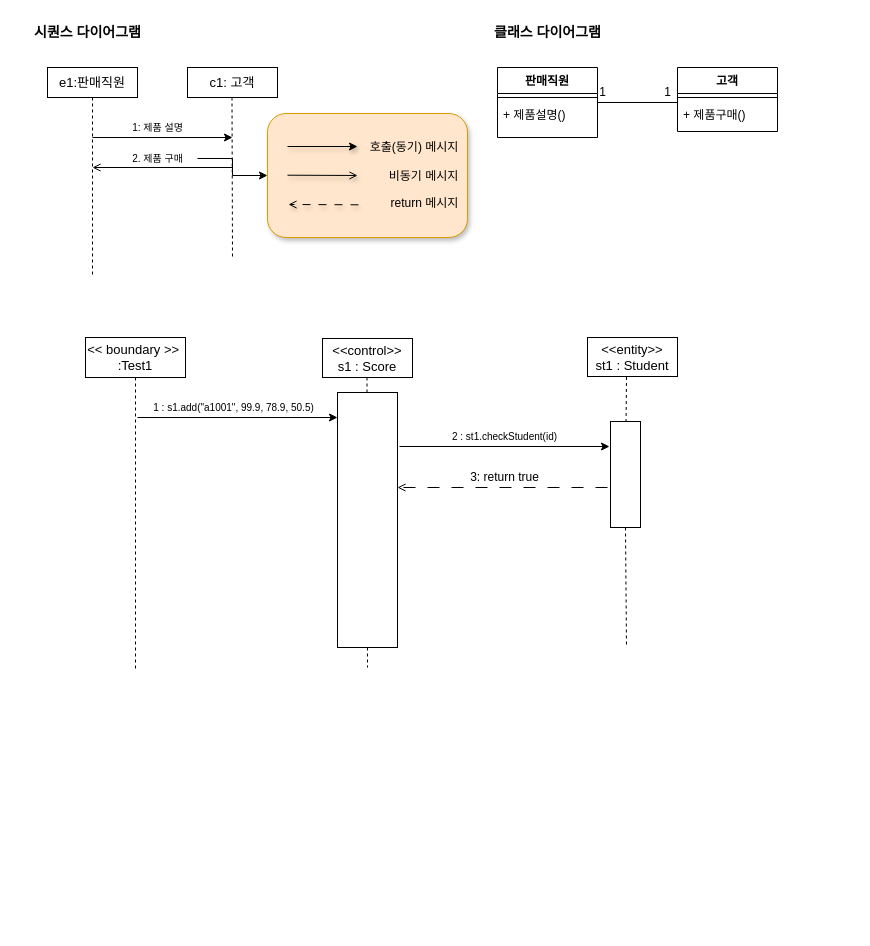
Above: 202110594_4.drawio in nalynn0517/UML (draw.io), before the change. Source tidied: cells renumbered, new cells numbered last; positions are measured from the earlier drawing's top-left corner, leaving out a move shared by most shapes. Both pictures are drawn from the tidied source at 100%, with x=0, y=0 at pixel (17, 17).
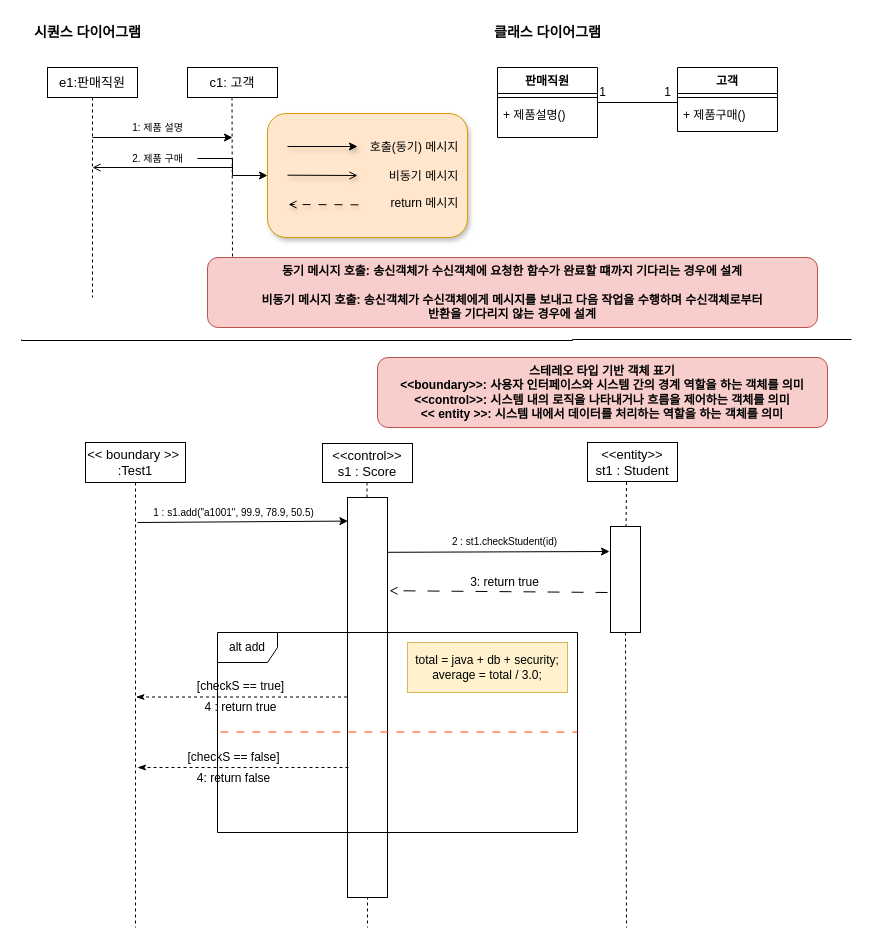
The same page after the edit.

The change refers to these unchanged cells:
```xml
<mxCell id="4" value="e1:판매직원" style="html=1;whiteSpace=wrap;fontSize=13;" parent="1" vertex="1">
  <mxGeometry x="30" y="50" width="90" height="30" as="geometry" />
</mxCell>
```

The edit, as a diff of the source:
```diff
@@
     <mxCell id="6" style="edgeStyle=none;jettySize=auto;html=1;rounded=0;exitX=0.5;exitY=1;exitDx=0;exitDy=0;endArrow=none;endFill=0;dashed=1;" parent="1" edge="1" source="4">
       <mxGeometry relative="1" as="geometry">
-        <mxPoint x="75" y="260" as="targetPoint" />
+        <mxPoint x="75" y="280" as="targetPoint" />
       </mxGeometry>
     </mxCell>
@@
     <mxCell id="26" value="&amp;lt;&amp;lt; boundary &amp;gt;&amp;gt;&amp;nbsp;&lt;div&gt;:Test1&lt;/div&gt;" style="html=1;whiteSpace=wrap;fontSize=13;" parent="1" vertex="1">
-      <mxGeometry x="68" y="320" width="100" height="40" as="geometry" />
+      <mxGeometry x="68" y="425" width="100" height="40" as="geometry" />
     </mxCell>
     <mxCell id="27" value="&amp;lt;&amp;lt;control&amp;gt;&amp;gt;&lt;div&gt;s1 : Score&lt;/div&gt;" style="html=1;whiteSpace=wrap;fontSize=13;" parent="1" vertex="1">
-      <mxGeometry x="305" y="321" width="90" height="39" as="geometry" />
+      <mxGeometry x="305" y="426" width="90" height="39" as="geometry" />
     </mxCell>
     <mxCell id="28" style="edgeStyle=none;jettySize=auto;html=1;rounded=0;exitX=0.5;exitY=1;exitDx=0;exitDy=0;endArrow=none;endFill=0;dashed=1;" parent="1" edge="1" source="26">
       <mxGeometry relative="1" as="geometry">
-        <mxPoint x="118" y="651.6" as="targetPoint" />
+        <mxPoint x="118" y="910" as="targetPoint" />
       </mxGeometry>
     </mxCell>
     <mxCell id="29" style="edgeStyle=none;orthogonalLoop=1;jettySize=auto;html=1;rounded=0;exitX=0.5;exitY=1;exitDx=0;exitDy=0;endArrow=none;endFill=0;dashed=1;" parent="1" edge="1">
       <mxGeometry relative="1" as="geometry">
-        <mxPoint x="349.5" y="360" as="sourcePoint" />
-        <mxPoint x="350" y="650" as="targetPoint" />
+        <mxPoint x="349.5" y="465" as="sourcePoint" />
+        <mxPoint x="350" y="910" as="targetPoint" />
       </mxGeometry>
     </mxCell>
-    <mxCell id="30" style="edgeStyle=none;orthogonalLoop=1;jettySize=auto;html=1;rounded=0;endArrow=classic;endFill=1;" parent="1" edge="1">
+    <mxCell id="30" style="edgeStyle=none;jettySize=auto;html=1;rounded=0;endArrow=classic;endFill=1;entryX=0.01;entryY=0.059;entryDx=0;entryDy=0;entryPerimeter=0;" parent="1" edge="1" target="34">
       <mxGeometry relative="1" as="geometry">
-        <mxPoint x="120" y="400" as="sourcePoint" />
-        <mxPoint x="320" y="400" as="targetPoint" />
+        <mxPoint x="120" y="505" as="sourcePoint" />
       </mxGeometry>
     </mxCell>
     <mxCell id="31" value="&lt;font style=&quot;font-size: 10px;&quot;&gt;1 : s1.add(&quot;a1001&quot;, 99.9, 78.9, 50.5)&lt;/font&gt;" style="text;html=1;align=center;verticalAlign=middle;strokeColor=none;fillColor=none;" parent="1" vertex="1">
-      <mxGeometry x="126" y="375" width="180" height="30" as="geometry" />
+      <mxGeometry x="126" y="480" width="180" height="30" as="geometry" />
     </mxCell>
     <mxCell id="32" value="&amp;lt;&amp;lt;entity&amp;gt;&amp;gt;&lt;div&gt;st1 : Student&lt;/div&gt;" style="html=1;whiteSpace=wrap;fontSize=13;" parent="1" vertex="1">
-      <mxGeometry x="570" y="320" width="90" height="39" as="geometry" />
+      <mxGeometry x="570" y="425" width="90" height="39" as="geometry" />
     </mxCell>
     <mxCell id="33" style="edgeStyle=none;jettySize=auto;html=1;rounded=0;exitX=0.5;exitY=1;exitDx=0;exitDy=0;endArrow=none;endFill=0;dashed=1;" parent="1" edge="1" source="38">
       <mxGeometry relative="1" as="geometry">
-        <mxPoint x="609" y="630" as="targetPoint" />
+        <mxPoint x="609" y="910" as="targetPoint" />
       </mxGeometry>
     </mxCell>
     <mxCell id="34" style="whiteSpace=wrap;html=1;" parent="1" vertex="1">
-      <mxGeometry x="320" y="375" width="60" height="255" as="geometry" />
+      <mxGeometry x="330" y="480" width="40" height="400" as="geometry" />
     </mxCell>
-    <mxCell id="35" style="edgeStyle=none;orthogonalLoop=1;jettySize=auto;html=1;rounded=0;endArrow=classic;endFill=1;" parent="1" edge="1">
+    <mxCell id="35" style="edgeStyle=none;jettySize=auto;html=1;rounded=0;endArrow=classic;endFill=1;exitX=1.01;exitY=0.137;exitDx=0;exitDy=0;exitPerimeter=0;" parent="1" edge="1" source="34">
       <mxGeometry relative="1" as="geometry">
-        <mxPoint x="382" y="429" as="sourcePoint" />
-        <mxPoint x="592" y="429" as="targetPoint" />
+        <mxPoint x="592" y="534" as="targetPoint" />
       </mxGeometry>
     </mxCell>
     <mxCell id="36" value="&lt;font style=&quot;font-size: 10px;&quot;&gt;2 : st1.checkStudent(id)&lt;/font&gt;" style="text;html=1;align=center;verticalAlign=middle;strokeColor=none;fillColor=none;" parent="1" vertex="1">
-      <mxGeometry x="422" y="404" width="130" height="30" as="geometry" />
+      <mxGeometry x="422" y="509" width="130" height="30" as="geometry" />
     </mxCell>
     <mxCell id="37" style="edgeStyle=none;jettySize=auto;html=1;rounded=0;exitX=0.5;exitY=1;exitDx=0;exitDy=0;endArrow=none;endFill=0;dashed=1;" parent="1" edge="1" target="38">
       <mxGeometry relative="1" as="geometry">
-        <mxPoint x="609" y="359.5" as="sourcePoint" />
+        <mxPoint x="609" y="464.5" as="sourcePoint" />
       </mxGeometry>
     </mxCell>
     <mxCell id="38" style="whiteSpace=wrap;html=1;" parent="1" vertex="1">
-      <mxGeometry x="593" y="404" width="30" height="106" as="geometry" />
+      <mxGeometry x="593" y="509" width="30" height="106" as="geometry" />
     </mxCell>
-    <mxCell id="39" style="edgeStyle=none;orthogonalLoop=1;jettySize=auto;html=1;rounded=0;endArrow=open;endFill=0;dashed=1;dashPattern=12 12;" parent="1" edge="1">
+    <mxCell id="39" style="edgeStyle=none;jettySize=auto;html=1;rounded=0;endArrow=open;endFill=0;dashed=1;dashPattern=12 12;entryX=1.05;entryY=0.233;entryDx=0;entryDy=0;entryPerimeter=0;" parent="1" edge="1" target="34">
       <mxGeometry relative="1" as="geometry">
-        <mxPoint x="590" y="470" as="sourcePoint" />
-        <mxPoint x="380" y="470" as="targetPoint" />
+        <mxPoint x="590" y="575" as="sourcePoint" />
       </mxGeometry>
     </mxCell>
     <mxCell id="40" value="3: return true" style="text;html=1;align=center;verticalAlign=middle;strokeColor=none;fillColor=none;" parent="1" vertex="1">
-      <mxGeometry x="442" y="445" width="90" height="30" as="geometry" />
+      <mxGeometry x="442" y="550" width="90" height="30" as="geometry" />
     </mxCell>
+    <mxCell id="41" value="동기 메시지 호출: 송신객체가 수신객체에 요청한 함수가 완료할 떄까지 기다리는 경우에 설계&lt;div&gt;&lt;br&gt;&lt;div&gt;비동기 메시지 호출: 송신객체가 수신객체에게 메시지를 보내고 다음 작업을 수행하며 수신객체로부터&lt;/div&gt;&lt;div&gt;반환을 기다리지 않는 경우에 설계&lt;/div&gt;&lt;/div&gt;" style="whiteSpace=wrap;html=1;fillColor=#f8cecc;strokeColor=#b85450;rounded=1;fontStyle=1;" parent="1" vertex="1">
+      <mxGeometry x="190" y="240" width="610" height="70" as="geometry" />
+    </mxCell>
+    <mxCell id="42" style="endArrow=none;html=1;edgeStyle=orthogonalEdgeStyle;rounded=0;" parent="1" edge="1">
+      <mxGeometry relative="1" as="geometry">
+        <mxPoint x="4" y="322" as="sourcePoint" />
+        <mxPoint x="834" y="322" as="targetPoint" />
+        <Array as="points">
+          <mxPoint x="4" y="323" />
+          <mxPoint x="555" y="323" />
+        </Array>
+      </mxGeometry>
+    </mxCell>
+    <mxCell id="43" value="스테레오 타입 기반 객체 표기&lt;div&gt;&amp;lt;&amp;lt;boundary&amp;gt;&amp;gt;: 사용자 인터페이스와 시스템 간의 경계 역할을 하는 객체를 의미&lt;/div&gt;&lt;div&gt;&amp;lt;&amp;lt;control&amp;gt;&amp;gt;: 시스템 내의 로직을 나타내거나 흐름을 제어하는 객체를 의미&lt;/div&gt;&lt;div&gt;&amp;lt;&amp;lt; entity &amp;gt;&amp;gt;: 시스템 내에서 데이터를 처리하는 역할을 하는 객체를 의미&lt;/div&gt;" style="whiteSpace=wrap;html=1;fillColor=#f8cecc;strokeColor=#b85450;rounded=1;fontStyle=1;" parent="1" vertex="1">
+      <mxGeometry x="360" y="340" width="450" height="70" as="geometry" />
+    </mxCell>
+    <mxCell id="44" value="alt add" style="shape=umlFrame;whiteSpace=wrap;html=1;" parent="1" vertex="1">
+      <mxGeometry x="200" y="615" width="360" height="200" as="geometry" />
+    </mxCell>
+    <mxCell id="45" style="edgeStyle=none;jettySize=auto;html=1;rounded=0;entryX=1;entryY=0.498;entryDx=0;entryDy=0;entryPerimeter=0;exitX=0.008;exitY=0.412;exitDx=0;exitDy=0;exitPerimeter=0;endArrow=none;endFill=0;dashed=1;dashPattern=8 8;strokeColor=#FF4517;" parent="1" edge="1" target="44">
+      <mxGeometry relative="1" as="geometry">
+        <mxPoint x="202.9" y="714.5" as="sourcePoint" />
+      </mxGeometry>
+    </mxCell>
+    <mxCell id="46" style="edgeStyle=none;orthogonalLoop=1;jettySize=auto;html=1;rounded=0;endArrow=classicThin;endFill=1;dashed=1;entryX=1.05;entryY=0.233;entryDx=0;entryDy=0;entryPerimeter=0;" parent="1" edge="1">
+      <mxGeometry relative="1" as="geometry">
+        <mxPoint x="329.5" y="679.5" as="sourcePoint" />
+        <mxPoint x="118.5" y="679.5" as="targetPoint" />
+      </mxGeometry>
+    </mxCell>
+    <mxCell id="47" style="edgeStyle=none;orthogonalLoop=1;jettySize=auto;html=1;rounded=0;endArrow=classicThin;endFill=1;dashed=1;entryX=1.05;entryY=0.233;entryDx=0;entryDy=0;entryPerimeter=0;" parent="1" edge="1">
+      <mxGeometry relative="1" as="geometry">
+        <mxPoint x="331" y="750" as="sourcePoint" />
+        <mxPoint x="120" y="750" as="targetPoint" />
+      </mxGeometry>
+    </mxCell>
+    <mxCell id="48" value="[checkS == true]" style="text;html=1;align=center;verticalAlign=middle;strokeColor=none;fillColor=none;" parent="1" vertex="1">
+      <mxGeometry x="168" y="654" width="110" height="30" as="geometry" />
+    </mxCell>
+    <mxCell id="49" value="4 : return true" style="text;html=1;align=center;verticalAlign=middle;strokeColor=none;fillColor=none;" parent="1" vertex="1">
+      <mxGeometry x="173" y="675" width="100" height="30" as="geometry" />
+    </mxCell>
+    <mxCell id="50" value="[checkS == false]" style="text;html=1;align=center;verticalAlign=middle;strokeColor=none;fillColor=none;" parent="1" vertex="1">
+      <mxGeometry x="156" y="725" width="120" height="30" as="geometry" />
+    </mxCell>
+    <mxCell id="51" value="4: return false" style="text;html=1;align=center;verticalAlign=middle;strokeColor=none;fillColor=none;" parent="1" vertex="1">
+      <mxGeometry x="166" y="746" width="100" height="30" as="geometry" />
+    </mxCell>
+    <mxCell id="52" value="&lt;div&gt;total = java + db + security;&lt;/div&gt;&lt;div&gt;&lt;span style=&quot;background-color: initial;&quot;&gt;average = total / 3.0;&lt;/span&gt;&lt;/div&gt;" style="whiteSpace=wrap;html=1;fillColor=#fff2cc;strokeColor=#d6b656;" parent="1" vertex="1">
+      <mxGeometry x="390" y="625" width="160" height="50" as="geometry" />
+    </mxCell>
```
